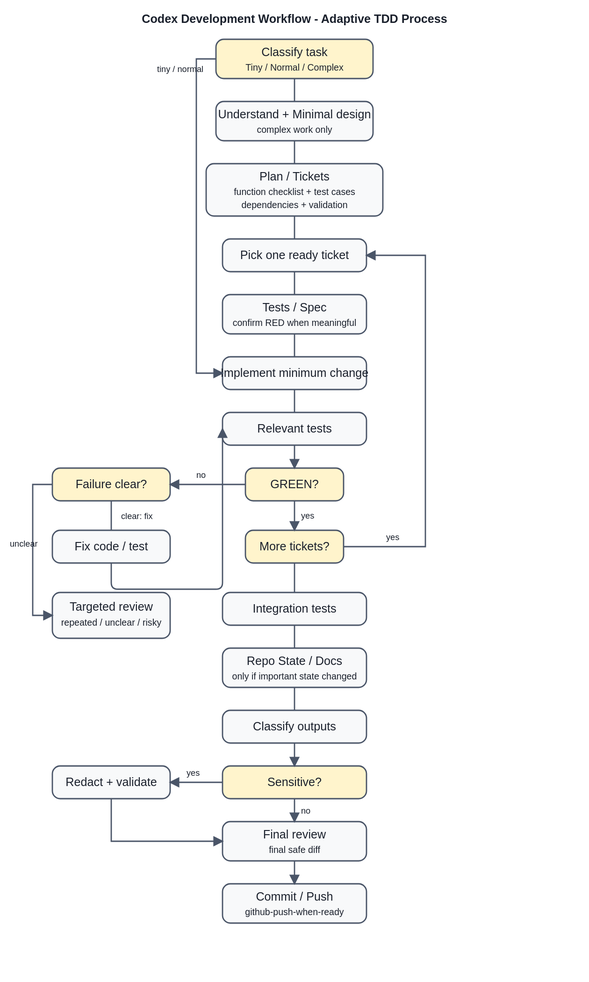
i-zrhe2016/codex-development-workflow keeps this PlantUML diagram as docs/diagrams/architecture.svg. Above is the earlier version. Its source is kept beside it as docs/diagrams/architecture.puml.
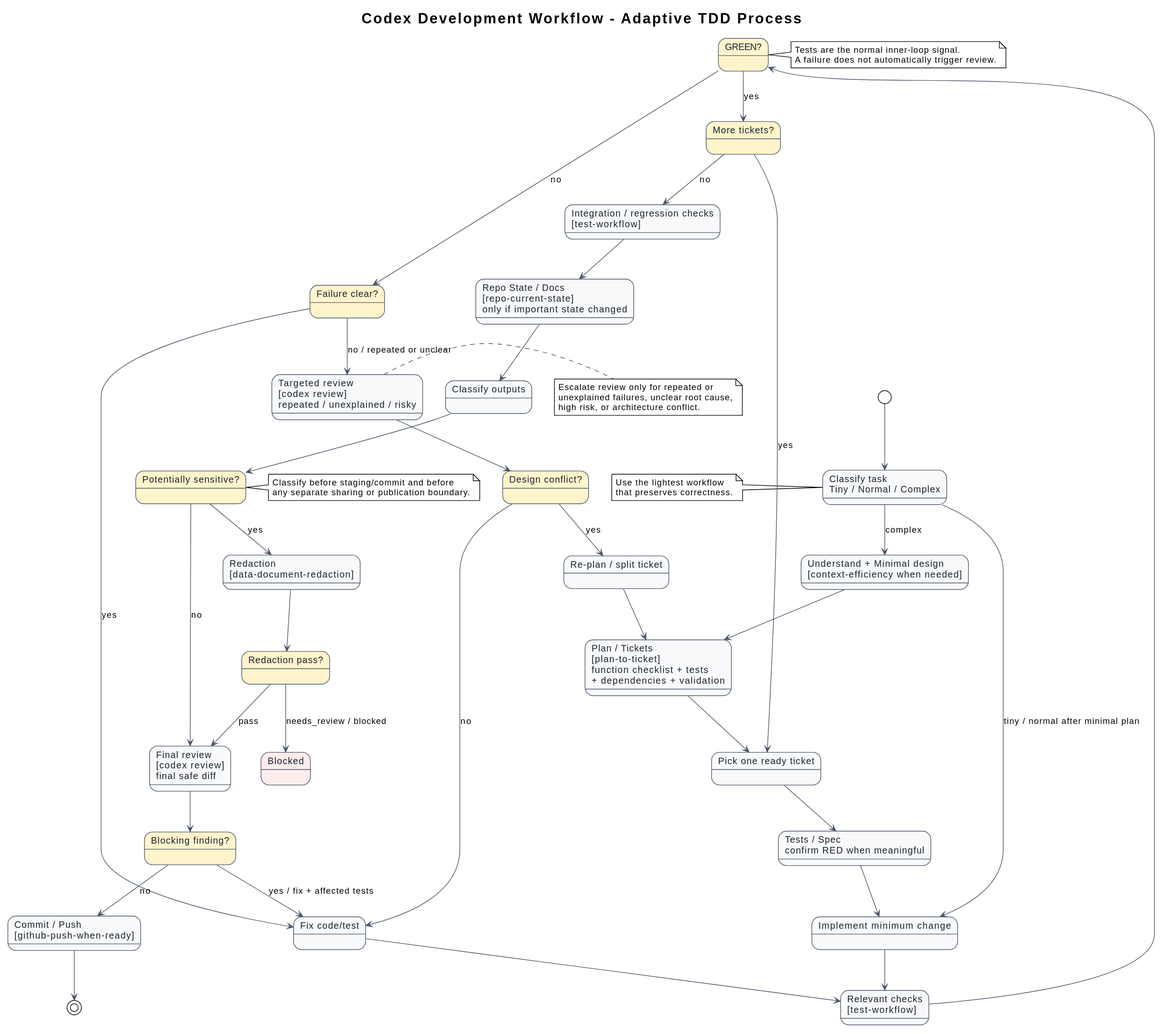
The same file after the commit.

Commit message:
docs(diagram): sync architecture diagram with test-workflow

Diff of the diagram source:
```diff
@@ -18,7 +18,7 @@
 state "Pick one ready ticket" as ticket
 state "Tests / Spec\nconfirm RED when meaningful" as red
 state "Implement minimum change" as implement
-state "Relevant tests" as tests
+state "Relevant checks\n[test-workflow]" as tests
 state "GREEN?" as green_gate #FFF4CC
 state "Failure clear?" as failure_gate #FFF4CC
 state "Fix code/test" as fix
@@ -26,7 +26,7 @@
 state "Design conflict?" as design_gate #FFF4CC
 state "Re-plan / split ticket" as replan
 state "More tickets?" as more_gate #FFF4CC
-state "Integration / regression tests" as integration
+state "Integration / regression checks\n[test-workflow]" as integration
 state "Repo State / Docs\n[repo-current-state]\nonly if important state changed" as repo_state
 state "Classify outputs" as classify_outputs
 state "Potentially sensitive?" as sensitive_gate #FFF4CC
```
